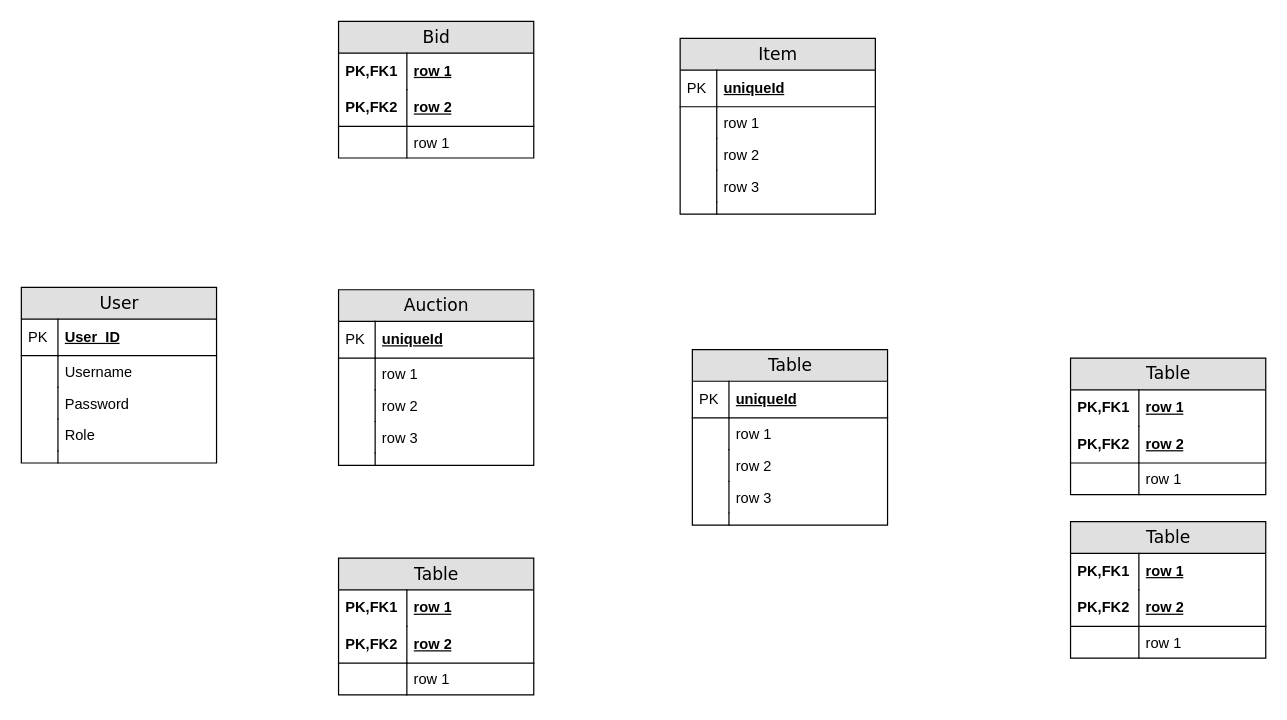
Melaniewit/Melaniewit keeps this draw.io diagram as Untitled Diagram.drawio. Above is the earlier version. Source tidied: cells renumbered, new cells numbered last; positions are measured from the earlier drawing's top-left corner, leaving out a move shared by most shapes. Both pictures are drawn from the tidied source at 122%, with x=0, y=0 at pixel (21, 21).
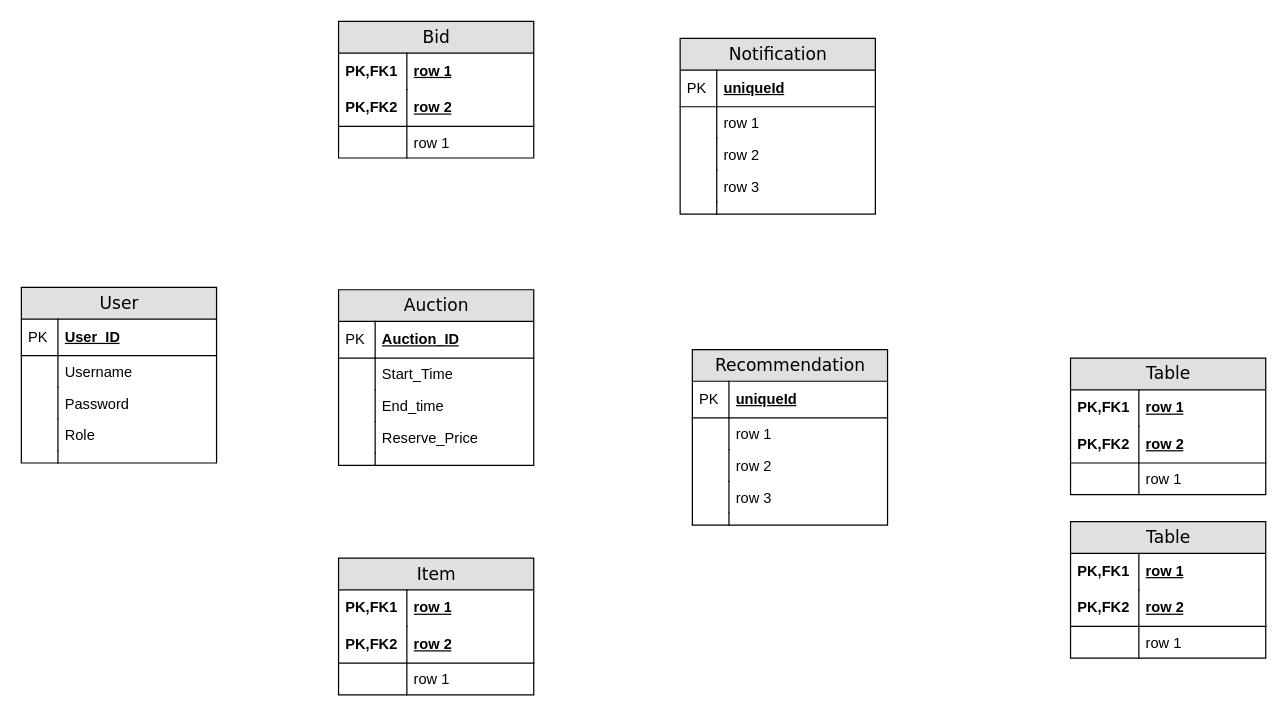
The same diagram, later.

Commit message:
Online Auction System.drawio

The change refers to these unchanged cells:
```xml
<mxCell id="20" value="Auction" style="swimlane;html=1;fontStyle=0;horizontal=1;startSize=26;fillColor=#e0e0e0;swimlaneFillColor=#ffffff;align=center;rounded=0;shadow=0;comic=0;labelBackgroundColor=none;strokeWidth=1;fontFamily=Verdana;fontSize=14;" parent="1" vertex="1">
  <mxGeometry x="260" y="220" width="160" height="144" as="geometry" />
</mxCell>
```

What changed in the source:
```diff
@@
-    <mxCell id="9" value="Item" style="swimlane;html=1;fontStyle=0;horizontal=1;startSize=26;fillColor=#e0e0e0;swimlaneFillColor=#ffffff;align=center;rounded=0;shadow=0;comic=0;labelBackgroundColor=none;strokeWidth=1;fontFamily=Verdana;fontSize=14;swimlaneLine=1;" parent="1" vertex="1">
+    <mxCell id="9" value="Notification" style="swimlane;html=1;fontStyle=0;horizontal=1;startSize=26;fillColor=#e0e0e0;swimlaneFillColor=#ffffff;align=center;rounded=0;shadow=0;comic=0;labelBackgroundColor=none;strokeWidth=1;fontFamily=Verdana;fontSize=14;swimlaneLine=1;" parent="1" vertex="1">
       <mxGeometry x="540" y="14" width="160" height="144" as="geometry" />
     </mxCell>
@@
-    <mxCell id="21" value="uniqueId" style="shape=partialRectangle;top=0;left=0;right=0;bottom=1;html=1;align=left;verticalAlign=middle;fillColor=none;spacingLeft=34;spacingRight=4;whiteSpace=wrap;overflow=hidden;fontStyle=5;" parent="20" vertex="1">
+    <mxCell id="21" value="Auction_ID" style="shape=partialRectangle;top=0;left=0;right=0;bottom=1;html=1;align=left;verticalAlign=middle;fillColor=none;spacingLeft=34;spacingRight=4;whiteSpace=wrap;overflow=hidden;fontStyle=5;" parent="20" vertex="1">
       <mxGeometry y="26" width="160" height="30" as="geometry" />
     </mxCell>
@@
-    <mxCell id="23" value="row 1" style="shape=partialRectangle;top=0;left=0;right=0;bottom=0;html=1;align=left;verticalAlign=top;fillColor=none;spacingLeft=34;spacingRight=4;whiteSpace=wrap;overflow=hidden;" parent="20" vertex="1">
+    <mxCell id="23" value="Start_Time" style="shape=partialRectangle;top=0;left=0;right=0;bottom=0;html=1;align=left;verticalAlign=top;fillColor=none;spacingLeft=34;spacingRight=4;whiteSpace=wrap;overflow=hidden;" parent="20" vertex="1">
       <mxGeometry y="56" width="160" height="26" as="geometry" />
     </mxCell>
@@
-    <mxCell id="25" value="row 2" style="shape=partialRectangle;top=0;left=0;right=0;bottom=0;html=1;align=left;verticalAlign=top;fillColor=none;spacingLeft=34;spacingRight=4;whiteSpace=wrap;overflow=hidden;" parent="20" vertex="1">
+    <mxCell id="25" value="End_time" style="shape=partialRectangle;top=0;left=0;right=0;bottom=0;html=1;align=left;verticalAlign=top;fillColor=none;spacingLeft=34;spacingRight=4;whiteSpace=wrap;overflow=hidden;" parent="20" vertex="1">
       <mxGeometry y="82" width="160" height="26" as="geometry" />
     </mxCell>
@@
-    <mxCell id="27" value="row 3" style="shape=partialRectangle;top=0;left=0;right=0;bottom=0;html=1;align=left;verticalAlign=top;fillColor=none;spacingLeft=34;spacingRight=4;whiteSpace=wrap;overflow=hidden;" parent="20" vertex="1">
+    <mxCell id="27" value="Reserve_Price" style="shape=partialRectangle;top=0;left=0;right=0;bottom=0;html=1;align=left;verticalAlign=top;fillColor=none;spacingLeft=34;spacingRight=4;whiteSpace=wrap;overflow=hidden;" parent="20" vertex="1">
       <mxGeometry y="108" width="160" height="26" as="geometry" />
     </mxCell>
@@
-    <mxCell id="31" value="Table" style="swimlane;html=1;fontStyle=0;horizontal=1;startSize=26;fillColor=#e0e0e0;swimlaneFillColor=#ffffff;align=center;rounded=0;shadow=0;comic=0;labelBackgroundColor=none;strokeWidth=1;fontFamily=Verdana;fontSize=14;" parent="1" vertex="1">
+    <mxCell id="31" value="Recommendation" style="swimlane;html=1;fontStyle=0;horizontal=1;startSize=26;fillColor=#e0e0e0;swimlaneFillColor=#ffffff;align=center;rounded=0;shadow=0;comic=0;labelBackgroundColor=none;strokeWidth=1;fontFamily=Verdana;fontSize=14;" parent="1" vertex="1">
       <mxGeometry x="550" y="269" width="160" height="144" as="geometry" />
     </mxCell>
@@
-    <mxCell id="42" value="Table" style="swimlane;html=1;fontStyle=0;horizontal=1;startSize=26;fillColor=#e0e0e0;swimlaneFillColor=#ffffff;align=center;rounded=0;shadow=0;comic=0;labelBackgroundColor=none;strokeWidth=1;fontFamily=Verdana;fontSize=14;" parent="1" vertex="1">
+    <mxCell id="42" value="Item" style="swimlane;html=1;fontStyle=0;horizontal=1;startSize=26;fillColor=#e0e0e0;swimlaneFillColor=#ffffff;align=center;rounded=0;shadow=0;comic=0;labelBackgroundColor=none;strokeWidth=1;fontFamily=Verdana;fontSize=14;" parent="1" vertex="1">
       <mxGeometry x="260" y="440" width="160" height="112" as="geometry" />
     </mxCell>
```
